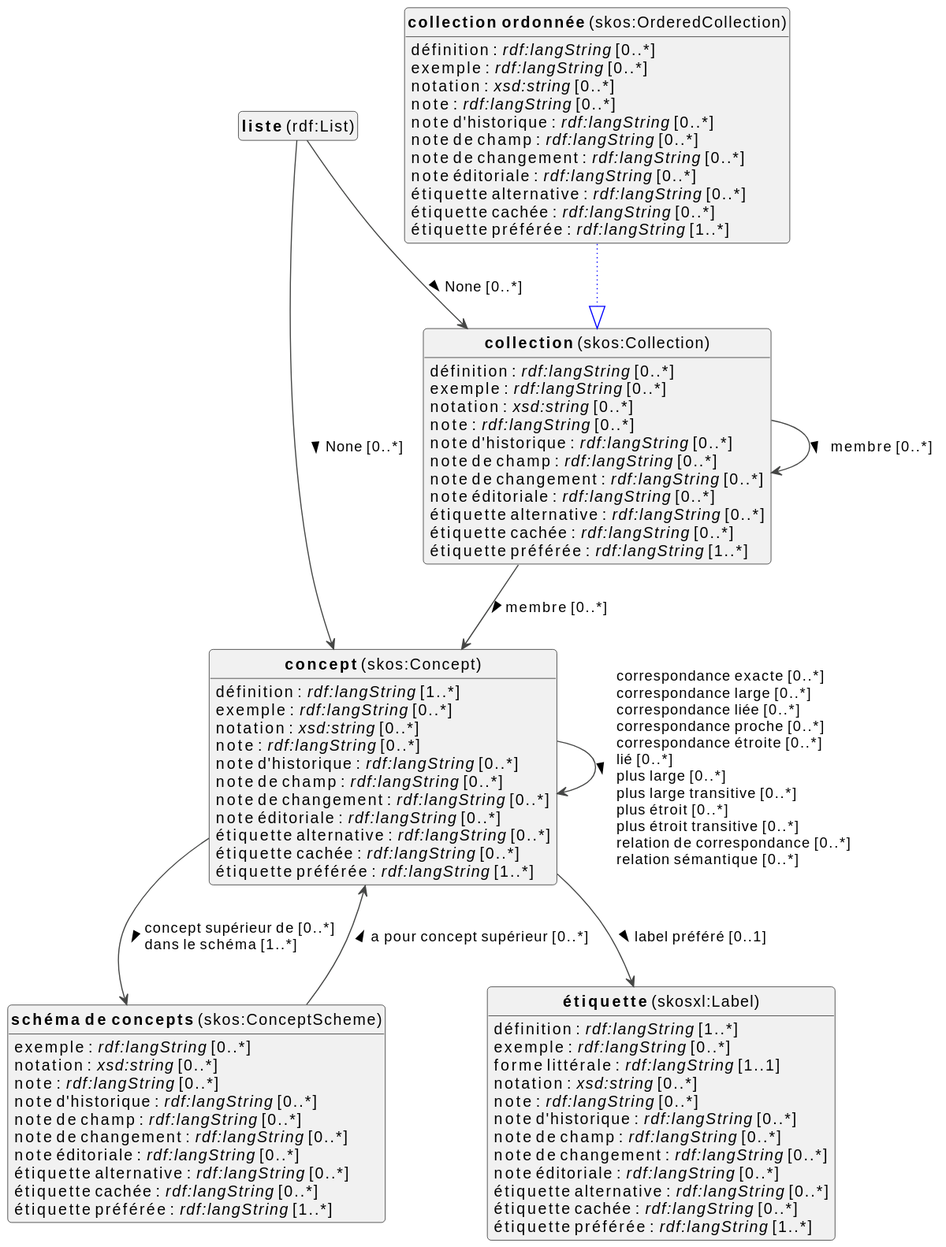
Before: docs/metadata/knowledge-graph/0.0.1/terms/fr/terms-diagram.svg, a diagram exported from PlantUML (viaacode/documentation-jekyll).
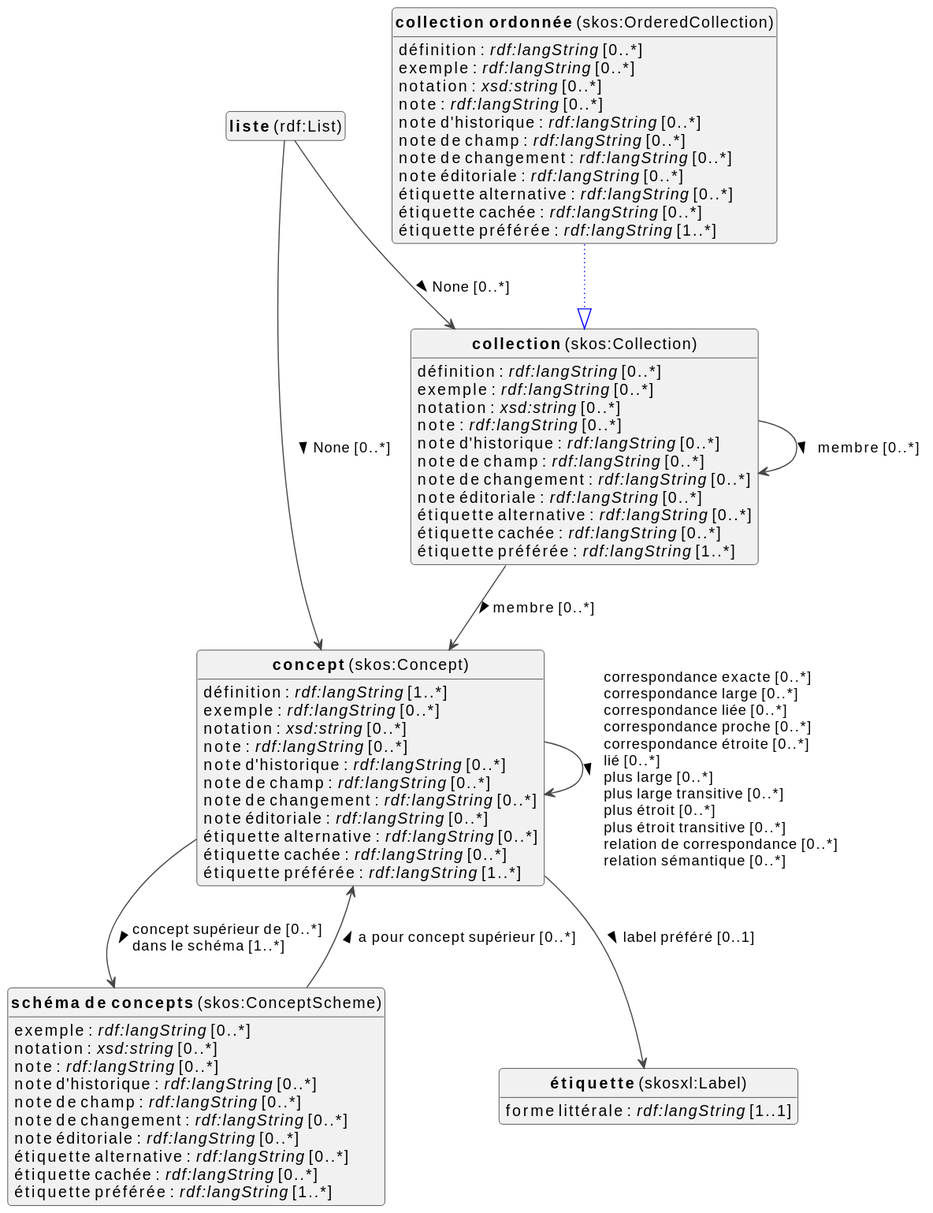
Later version of the same file.

Diff of the diagram source:
```diff
@@ -89,19 +89,7 @@
 
 
 
-skosxl_Label : définition : <i>rdf:langString</i> [1..*]
-skosxl_Label : exemple : <i>rdf:langString</i> [0..*]
 skosxl_Label : forme littérale : <i>rdf:langString</i> [1..1]
-skosxl_Label : notation : <i>xsd:string</i> [0..*]
-skosxl_Label : note : <i>rdf:langString</i> [0..*]
-skosxl_Label : note d'historique : <i>rdf:langString</i> [0..*]
-skosxl_Label : note de champ : <i>rdf:langString</i> [0..*]
-skosxl_Label : note de changement : <i>rdf:langString</i> [0..*]
-skosxl_Label : note éditoriale : <i>rdf:langString</i> [0..*]
-skosxl_Label : étiquette alternative : <i>rdf:langString</i> [0..*]
-skosxl_Label : étiquette cachée : <i>rdf:langString</i> [0..*]
-skosxl_Label : étiquette préférée : <i>rdf:langString</i> [1..*]
-
 
 
 
```
